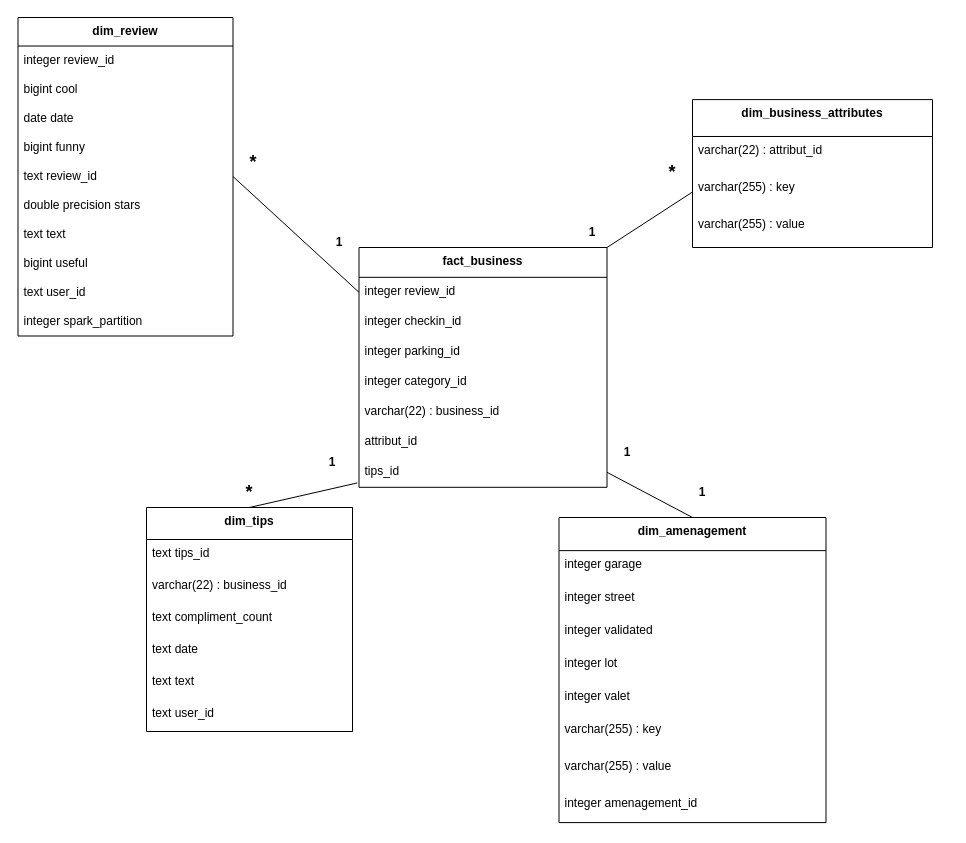
Before: diagramme/Kimball.drawio in Maxime-Cllt/Argon, a draw.io diagram. Source tidied: cells renumbered, new cells numbered last; positions are measured from the earlier drawing's top-left corner, leaving out a move shared by most shapes. Both pictures are drawn from the tidied source at 100%, with x=0, y=0 at pixel (18, 17).
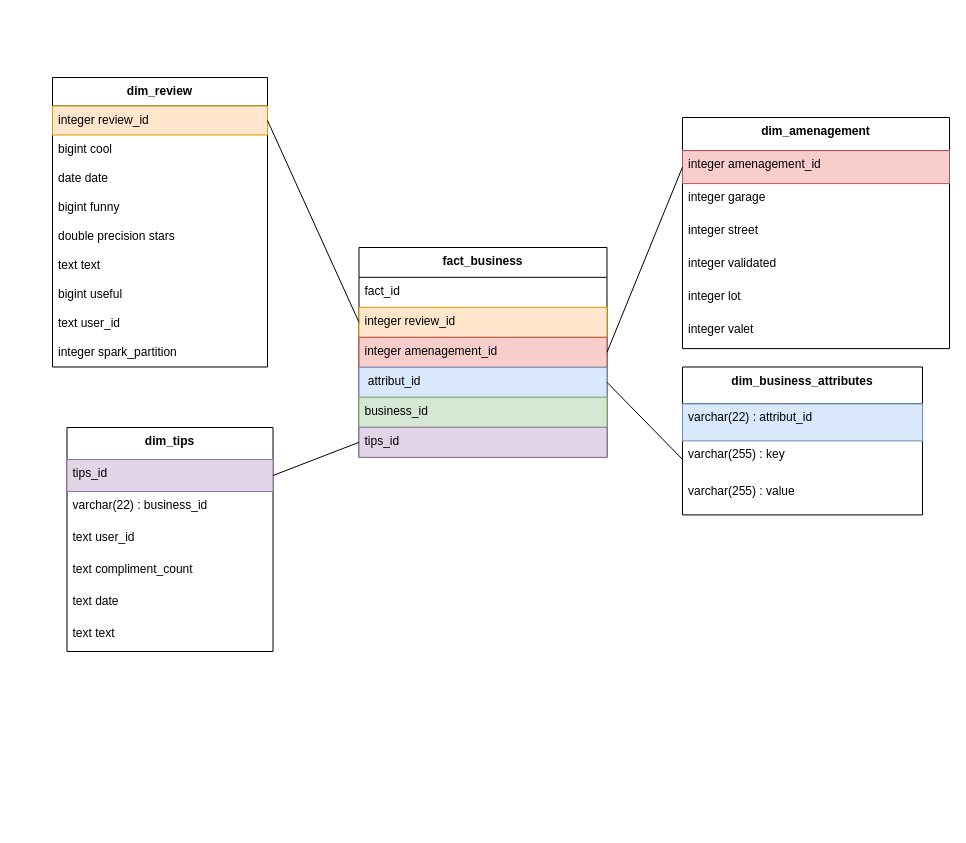
Above is the later version.

The change refers to these unchanged cells:
```xml
<mxCell id="39" value="varchar(255) : key" style="text;strokeColor=none;fillColor=none;align=left;verticalAlign=top;spacingLeft=4;spacingRight=4;overflow=hidden;points=[[0,0.5],[1,0.5]];portConstraint=eastwest;" parent="37" vertex="1">
  <mxGeometry y="73.9" width="240" height="37" as="geometry" />
</mxCell>
```

Diff of the diagram source:
```diff
@@
     <mxCell id="2" value="dim_tips" style="swimlane;fontStyle=1;align=center;verticalAlign=top;horizontal=1;startSize=32;" parent="1" vertex="1">
-      <mxGeometry x="128" y="490" width="206" height="224" as="geometry" />
+      <mxGeometry x="48.5" y="410" width="206" height="224" as="geometry" />
     </mxCell>
-    <mxCell id="3" value="text tips_id" style="text;strokeColor=none;fillColor=none;align=left;verticalAlign=top;spacingLeft=4;spacingRight=4;overflow=hidden;points=[[0,0.5],[1,0.5]];portConstraint=eastwest;" parent="2" vertex="1">
+    <mxCell id="3" value="tips_id" style="text;strokeColor=#9673a6;fillColor=#e1d5e7;align=left;verticalAlign=top;spacingLeft=4;spacingRight=4;overflow=hidden;points=[[0,0.5],[1,0.5]];portConstraint=eastwest;" parent="2" vertex="1">
       <mxGeometry y="32" width="206" height="32" as="geometry" />
     </mxCell>
@@
+    <mxCell id="8" value="text user_id" style="text;strokeColor=none;fillColor=none;align=left;verticalAlign=top;spacingLeft=4;spacingRight=4;overflow=hidden;" parent="2" vertex="1">
+      <mxGeometry y="96" width="206" height="32" as="geometry" />
+    </mxCell>
     <mxCell id="5" value="text compliment_count" style="text;strokeColor=none;fillColor=none;align=left;verticalAlign=top;spacingLeft=4;spacingRight=4;overflow=hidden;" parent="2" vertex="1">
-      <mxGeometry y="96" width="206" height="32" as="geometry" />
+      <mxGeometry y="128" width="206" height="32" as="geometry" />
     </mxCell>
     <mxCell id="6" value="text date" style="text;strokeColor=none;fillColor=none;align=left;verticalAlign=top;spacingLeft=4;spacingRight=4;overflow=hidden;" parent="2" vertex="1">
-      <mxGeometry y="128" width="206" height="32" as="geometry" />
+      <mxGeometry y="160" width="206" height="32" as="geometry" />
     </mxCell>
     <mxCell id="7" value="text text" style="text;strokeColor=none;fillColor=none;align=left;verticalAlign=top;spacingLeft=4;spacingRight=4;overflow=hidden;" parent="2" vertex="1">
-      <mxGeometry y="160" width="206" height="32" as="geometry" />
+      <mxGeometry y="192" width="206" height="32" as="geometry" />
     </mxCell>
-    <mxCell id="8" value="text user_id" style="text;strokeColor=none;fillColor=none;align=left;verticalAlign=top;spacingLeft=4;spacingRight=4;overflow=hidden;" parent="2" vertex="1">
-      <mxGeometry y="192" width="206" height="32" as="geometry" />
-    </mxCell>
     <mxCell id="9" value="fact_business" style="swimlane;fontStyle=1;align=center;verticalAlign=top;horizontal=1;startSize=29.818181818181817;" parent="1" vertex="1">
-      <mxGeometry x="340.5" y="230" width="248" height="239.8" as="geometry" />
+      <mxGeometry x="340.5" y="230" width="248" height="209.8" as="geometry" />
     </mxCell>
-    <mxCell id="10" value="integer review_id" style="text;strokeColor=none;fillColor=none;align=left;verticalAlign=top;spacingLeft=4;spacingRight=4;overflow=hidden;points=[[0,0.5],[1,0.5]];portConstraint=eastwest;" parent="9" vertex="1">
+    <mxCell id="10" value="fact_id" style="text;strokeColor=none;fillColor=none;align=left;verticalAlign=top;spacingLeft=4;spacingRight=4;overflow=hidden;points=[[0,0.5],[1,0.5]];portConstraint=eastwest;" parent="9" vertex="1">
       <mxGeometry y="29.8" width="248" height="30" as="geometry" />
     </mxCell>
-    <mxCell id="11" value="integer checkin_id" style="text;strokeColor=none;fillColor=none;align=left;verticalAlign=top;spacingLeft=4;spacingRight=4;overflow=hidden;" parent="9" vertex="1">
-      <mxGeometry y="59.8" width="248" height="30" as="geometry" />
-    </mxCell>
+    <mxCell id="53" value="integer review_id" style="text;strokeColor=#d79b00;fillColor=#ffe6cc;align=left;verticalAlign=top;spacingLeft=4;spacingRight=4;overflow=hidden;points=[[0,0.5],[1,0.5]];portConstraint=eastwest;" parent="9" vertex="1">
+      <mxGeometry y="59.8" width="248" height="30" as="geometry" />
+    </mxCell>
-    <mxCell id="12" value="integer parking_id" style="text;strokeColor=none;fillColor=none;align=left;verticalAlign=top;spacingLeft=4;spacingRight=4;overflow=hidden;points=[[0,0.5],[1,0.5]];portConstraint=eastwest;" parent="9" vertex="1">
+    <mxCell id="12" value="integer amenagement_id" style="text;strokeColor=#b85450;fillColor=#f8cecc;align=left;verticalAlign=top;spacingLeft=4;spacingRight=4;overflow=hidden;points=[[0,0.5],[1,0.5]];portConstraint=eastwest;" parent="9" vertex="1">
       <mxGeometry y="89.8" width="248" height="30" as="geometry" />
     </mxCell>
-    <mxCell id="13" value="integer category_id" style="text;strokeColor=none;fillColor=none;align=left;verticalAlign=top;spacingLeft=4;spacingRight=4;overflow=hidden;points=[[0,0.5],[1,0.5]];portConstraint=eastwest;" parent="9" vertex="1">
+    <mxCell id="13" value=" attribut_id" style="text;strokeColor=#6c8ebf;fillColor=#dae8fc;align=left;verticalAlign=top;spacingLeft=4;spacingRight=4;overflow=hidden;points=[[0,0.5],[1,0.5]];portConstraint=eastwest;" parent="9" vertex="1">
       <mxGeometry y="119.8" width="248" height="30" as="geometry" />
     </mxCell>
-    <mxCell id="14" value="varchar(22) : business_id" style="text;strokeColor=none;fillColor=none;align=left;verticalAlign=top;spacingLeft=4;spacingRight=4;overflow=hidden;" parent="9" vertex="1">
+    <mxCell id="14" value="business_id" style="text;strokeColor=#82b366;fillColor=#d5e8d4;align=left;verticalAlign=top;spacingLeft=4;spacingRight=4;overflow=hidden;" parent="9" vertex="1">
       <mxGeometry y="149.8" width="248" height="30" as="geometry" />
     </mxCell>
-    <mxCell id="15" value="attribut_id " style="text;strokeColor=none;fillColor=none;align=left;verticalAlign=top;spacingLeft=4;spacingRight=4;overflow=hidden;" parent="9" vertex="1">
-      <mxGeometry y="179.8" width="248" height="30" as="geometry" />
-    </mxCell>
-    <mxCell id="16" value="tips_id " style="text;strokeColor=none;fillColor=none;align=left;verticalAlign=top;spacingLeft=4;spacingRight=4;overflow=hidden;points=[[0,0.5],[1,0.5]];portConstraint=eastwest;" parent="9" vertex="1">
-      <mxGeometry y="209.8" width="248" height="30" as="geometry" />
+    <mxCell id="16" value="tips_id " style="text;strokeColor=#9673a6;fillColor=#e1d5e7;align=left;verticalAlign=top;spacingLeft=4;spacingRight=4;overflow=hidden;points=[[0,0.5],[1,0.5]];portConstraint=eastwest;" parent="9" vertex="1">
+      <mxGeometry y="179.8" width="248" height="30" as="geometry" />
     </mxCell>
     <mxCell id="17" value="dim_amenagement" style="swimlane;fontStyle=1;align=center;verticalAlign=top;horizontal=1;startSize=33.142857142857146;" parent="1" vertex="1">
-      <mxGeometry x="540.5" y="500" width="267" height="305.1" as="geometry" />
+      <mxGeometry x="664" y="100" width="267" height="231.1" as="geometry" />
     </mxCell>
+    <mxCell id="25" value="integer amenagement_id" style="text;strokeColor=#b85450;fillColor=#f8cecc;align=left;verticalAlign=top;spacingLeft=4;spacingRight=4;overflow=hidden;points=[[0,0.5],[1,0.5]];portConstraint=eastwest;" parent="17" vertex="1">
+      <mxGeometry y="33.1" width="267" height="33" as="geometry" />
+    </mxCell>
     <mxCell id="18" value="integer garage" style="text;strokeColor=none;fillColor=none;align=left;verticalAlign=top;spacingLeft=4;spacingRight=4;overflow=hidden;" parent="17" vertex="1">
-      <mxGeometry y="33.1" width="267" height="33" as="geometry" />
+      <mxGeometry y="66.1" width="267" height="33" as="geometry" />
     </mxCell>
     <mxCell id="19" value="integer street" style="text;strokeColor=none;fillColor=none;align=left;verticalAlign=top;spacingLeft=4;spacingRight=4;overflow=hidden;" parent="17" vertex="1">
-      <mxGeometry y="66.1" width="267" height="33" as="geometry" />
+      <mxGeometry y="99.1" width="267" height="33" as="geometry" />
     </mxCell>
     <mxCell id="20" value="integer validated" style="text;strokeColor=none;fillColor=none;align=left;verticalAlign=top;spacingLeft=4;spacingRight=4;overflow=hidden;" parent="17" vertex="1">
-      <mxGeometry y="99.1" width="267" height="33" as="geometry" />
+      <mxGeometry y="132.1" width="267" height="33" as="geometry" />
     </mxCell>
     <mxCell id="21" value="integer lot" style="text;strokeColor=none;fillColor=none;align=left;verticalAlign=top;spacingLeft=4;spacingRight=4;overflow=hidden;" parent="17" vertex="1">
-      <mxGeometry y="132.1" width="267" height="33" as="geometry" />
+      <mxGeometry y="165.1" width="267" height="33" as="geometry" />
     </mxCell>
     <mxCell id="22" value="integer valet" style="text;strokeColor=none;fillColor=none;align=left;verticalAlign=top;spacingLeft=4;spacingRight=4;overflow=hidden;" parent="17" vertex="1">
-      <mxGeometry y="165.1" width="267" height="33" as="geometry" />
+      <mxGeometry y="198.1" width="267" height="33" as="geometry" />
     </mxCell>
-    <mxCell id="23" value="varchar(255) : key" style="text;strokeColor=none;fillColor=none;align=left;verticalAlign=top;spacingLeft=4;spacingRight=4;overflow=hidden;" parent="17" vertex="1">
-      <mxGeometry y="198.1" width="267" height="37" as="geometry" />
-    </mxCell>
-    <mxCell id="24" value="varchar(255) : value" style="text;strokeColor=none;fillColor=none;align=left;verticalAlign=top;spacingLeft=4;spacingRight=4;overflow=hidden;" parent="17" vertex="1">
-      <mxGeometry y="235.1" width="267" height="37" as="geometry" />
-    </mxCell>
-    <mxCell id="25" value="integer amenagement_id" style="text;strokeColor=none;fillColor=none;align=left;verticalAlign=top;spacingLeft=4;spacingRight=4;overflow=hidden;points=[[0,0.5],[1,0.5]];portConstraint=eastwest;" parent="17" vertex="1">
-      <mxGeometry y="272.1" width="267" height="33" as="geometry" />
-    </mxCell>
     <mxCell id="26" value="dim_review&#10;" style="swimlane;fontStyle=1;align=center;verticalAlign=top;horizontal=1;startSize=28.52173913043478;" parent="1" vertex="1">
-      <mxGeometry x="-0.5" width="215" height="318.5" as="geometry" />
+      <mxGeometry x="34" y="60" width="215" height="289.5" as="geometry" />
     </mxCell>
-    <mxCell id="27" value="integer review_id" style="text;strokeColor=none;fillColor=none;align=left;verticalAlign=top;spacingLeft=4;spacingRight=4;overflow=hidden;points=[[0,0.5],[1,0.5]];portConstraint=eastwest;" parent="26" vertex="1">
+    <mxCell id="27" value="integer review_id" style="text;strokeColor=#d79b00;fillColor=#ffe6cc;align=left;verticalAlign=top;spacingLeft=4;spacingRight=4;overflow=hidden;points=[[0,0.5],[1,0.5]];portConstraint=eastwest;" parent="26" vertex="1">
       <mxGeometry y="28.5" width="215" height="29" as="geometry" />
     </mxCell>
@@
-    <mxCell id="31" value="text review_id" style="text;strokeColor=none;fillColor=none;align=left;verticalAlign=top;spacingLeft=4;spacingRight=4;overflow=hidden;points=[[0,0.5],[1,0.5]];portConstraint=eastwest;" parent="26" vertex="1">
-      <mxGeometry y="144.5" width="215" height="29" as="geometry" />
-    </mxCell>
     <mxCell id="32" value="double precision stars" style="text;strokeColor=none;fillColor=none;align=left;verticalAlign=top;spacingLeft=4;spacingRight=4;overflow=hidden;" parent="26" vertex="1">
-      <mxGeometry y="173.5" width="215" height="29" as="geometry" />
+      <mxGeometry y="144.5" width="215" height="29" as="geometry" />
     </mxCell>
     <mxCell id="33" value="text text" style="text;strokeColor=none;fillColor=none;align=left;verticalAlign=top;spacingLeft=4;spacingRight=4;overflow=hidden;" parent="26" vertex="1">
-      <mxGeometry y="202.5" width="215" height="29" as="geometry" />
+      <mxGeometry y="173.5" width="215" height="29" as="geometry" />
     </mxCell>
     <mxCell id="34" value="bigint useful" style="text;strokeColor=none;fillColor=none;align=left;verticalAlign=top;spacingLeft=4;spacingRight=4;overflow=hidden;" parent="26" vertex="1">
-      <mxGeometry y="231.5" width="215" height="29" as="geometry" />
+      <mxGeometry y="202.5" width="215" height="29" as="geometry" />
     </mxCell>
     <mxCell id="35" value="text user_id" style="text;strokeColor=none;fillColor=none;align=left;verticalAlign=top;spacingLeft=4;spacingRight=4;overflow=hidden;" parent="26" vertex="1">
-      <mxGeometry y="260.5" width="215" height="29" as="geometry" />
+      <mxGeometry y="231.5" width="215" height="29" as="geometry" />
     </mxCell>
     <mxCell id="36" value="integer spark_partition" style="text;strokeColor=none;fillColor=none;align=left;verticalAlign=top;spacingLeft=4;spacingRight=4;overflow=hidden;" parent="26" vertex="1">
-      <mxGeometry y="289.5" width="215" height="29" as="geometry" />
+      <mxGeometry y="260.5" width="215" height="29" as="geometry" />
     </mxCell>
     <mxCell id="37" value="dim_business_attributes" style="swimlane;fontStyle=1;align=center;verticalAlign=top;horizontal=1;startSize=36.888888888888886;" parent="1" vertex="1">
-      <mxGeometry x="674" y="82.1" width="240" height="147.9" as="geometry" />
+      <mxGeometry x="664" y="349.5" width="240" height="147.9" as="geometry" />
     </mxCell>
-    <mxCell id="38" value="varchar(22) : attribut_id " style="text;strokeColor=none;fillColor=none;align=left;verticalAlign=top;spacingLeft=4;spacingRight=4;overflow=hidden;" parent="37" vertex="1">
+    <mxCell id="38" value="varchar(22) : attribut_id " style="text;strokeColor=#6c8ebf;fillColor=#dae8fc;align=left;verticalAlign=top;spacingLeft=4;spacingRight=4;overflow=hidden;" parent="37" vertex="1">
       <mxGeometry y="36.9" width="240" height="37" as="geometry" />
     </mxCell>
@@
-    <mxCell id="41" style="endArrow=none;html=1;rounded=0;exitX=1;exitY=0;exitDx=0;exitDy=0;entryX=0;entryY=0.5;entryDx=0;entryDy=0;" parent="1" edge="1" source="9" target="39">
+    <mxCell id="41" style="endArrow=none;html=1;rounded=0;exitX=1;exitY=0.5;exitDx=0;exitDy=0;entryX=0;entryY=0.5;entryDx=0;entryDy=0;" parent="1" edge="1" source="13" target="39">
       <mxGeometry relative="1" as="geometry" />
     </mxCell>
-    <mxCell id="42" style="endArrow=none;html=1;rounded=0;exitX=-0.007;exitY=0.855;exitDx=0;exitDy=0;entryX=0.5;entryY=0;entryDx=0;entryDy=0;exitPerimeter=0;" parent="1" edge="1" source="16" target="2">
+    <mxCell id="42" style="endArrow=none;html=1;rounded=0;exitX=0;exitY=0.5;exitDx=0;exitDy=0;entryX=1;entryY=0.5;entryDx=0;entryDy=0;" parent="1" edge="1" source="16" target="3">
       <mxGeometry relative="1" as="geometry" />
     </mxCell>
-    <mxCell id="43" style="endArrow=none;html=1;rounded=0;exitX=1;exitY=0.5;exitDx=0;exitDy=0;entryX=0;entryY=0.5;entryDx=0;entryDy=0;" parent="1" edge="1" source="31" target="10">
+    <mxCell id="43" style="endArrow=none;html=1;rounded=0;exitX=1;exitY=0.5;exitDx=0;exitDy=0;entryX=0;entryY=0.5;entryDx=0;entryDy=0;" parent="1" edge="1" source="27" target="53">
       <mxGeometry relative="1" as="geometry" />
     </mxCell>
-    <mxCell id="44" style="endArrow=none;html=1;rounded=0;exitX=0.5;exitY=0;exitDx=0;exitDy=0;entryX=1;entryY=0.5;entryDx=0;entryDy=0;" parent="1" edge="1" source="17" target="16">
+    <mxCell id="44" style="endArrow=none;html=1;rounded=0;exitX=0;exitY=0.5;exitDx=0;exitDy=0;entryX=1;entryY=0.5;entryDx=0;entryDy=0;" parent="1" edge="1" source="25" target="12">
       <mxGeometry relative="1" as="geometry" />
     </mxCell>
-    <mxCell id="45" value="1" style="text;html=1;align=center;verticalAlign=middle;whiteSpace=wrap;rounded=0;fontStyle=1;" parent="1" vertex="1">
-      <mxGeometry x="588.5" y="420" width="40" height="30" as="geometry" />
-    </mxCell>
-    <mxCell id="46" value="1" style="text;html=1;align=center;verticalAlign=middle;whiteSpace=wrap;rounded=0;fontStyle=1;" parent="1" vertex="1">
-      <mxGeometry x="664" y="460" width="40" height="30" as="geometry" />
-    </mxCell>
-    <mxCell id="47" value="1" style="text;html=1;align=center;verticalAlign=middle;whiteSpace=wrap;rounded=0;fontStyle=1;" parent="1" vertex="1">
-      <mxGeometry x="294" y="430" width="40" height="30" as="geometry" />
-    </mxCell>
-    <mxCell id="48" value="&lt;font style=&quot;font-size: 18px;&quot;&gt;*&lt;/font&gt;" style="text;html=1;align=center;verticalAlign=middle;whiteSpace=wrap;rounded=0;fontStyle=1;" parent="1" vertex="1">
-      <mxGeometry x="211" y="460" width="40" height="30" as="geometry" />
-    </mxCell>
-    <mxCell id="49" value="&lt;font style=&quot;font-size: 18px;&quot;&gt;*&lt;/font&gt;" style="text;html=1;align=center;verticalAlign=middle;whiteSpace=wrap;rounded=0;fontStyle=1;" parent="1" vertex="1">
-      <mxGeometry x="214.5" y="130" width="40" height="30" as="geometry" />
-    </mxCell>
-    <mxCell id="50" value="&lt;font style=&quot;font-size: 18px;&quot;&gt;*&lt;/font&gt;" style="text;html=1;align=center;verticalAlign=middle;whiteSpace=wrap;rounded=0;fontStyle=1;" parent="1" vertex="1">
-      <mxGeometry x="634" y="140" width="40" height="30" as="geometry" />
-    </mxCell>
-    <mxCell id="51" value="1" style="text;html=1;align=center;verticalAlign=middle;whiteSpace=wrap;rounded=0;fontStyle=1;" parent="1" vertex="1">
-      <mxGeometry x="300.5" y="210" width="40" height="30" as="geometry" />
-    </mxCell>
-    <mxCell id="52" value="1" style="text;html=1;align=center;verticalAlign=middle;whiteSpace=wrap;rounded=0;fontStyle=1;" parent="1" vertex="1">
-      <mxGeometry x="554" y="200" width="40" height="30" as="geometry" />
-    </mxCell>
```
